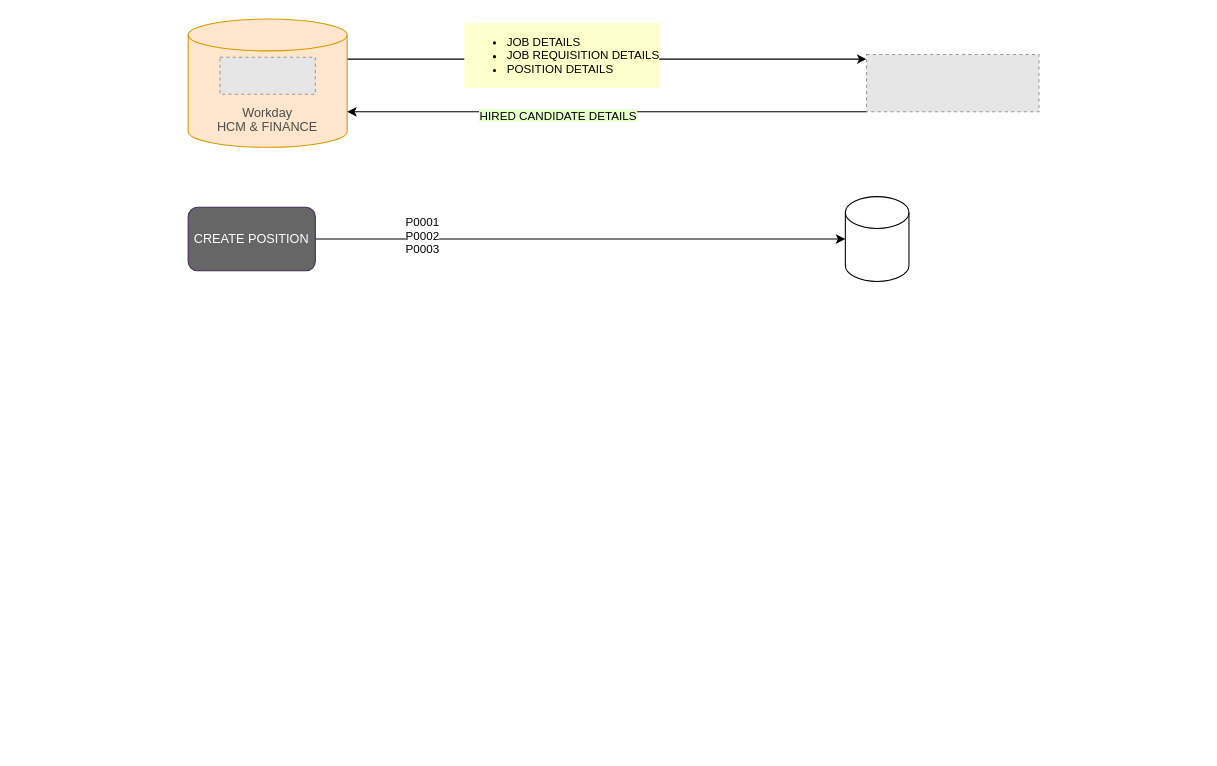
This is ASHBY Recruiting Integration.drawio from sandyaroma/sandyaroma, a draw.io file, before an edit. Source tidied: cells renumbered, new cells numbered last; positions are measured from the earlier drawing's top-left corner, leaving out a move shared by most shapes. Both pictures are drawn from the tidied source at 106%, with x=0, y=0 at pixel (18, 18). Pictures stored in the file or linked from it are replaced by grey dashed boxes.
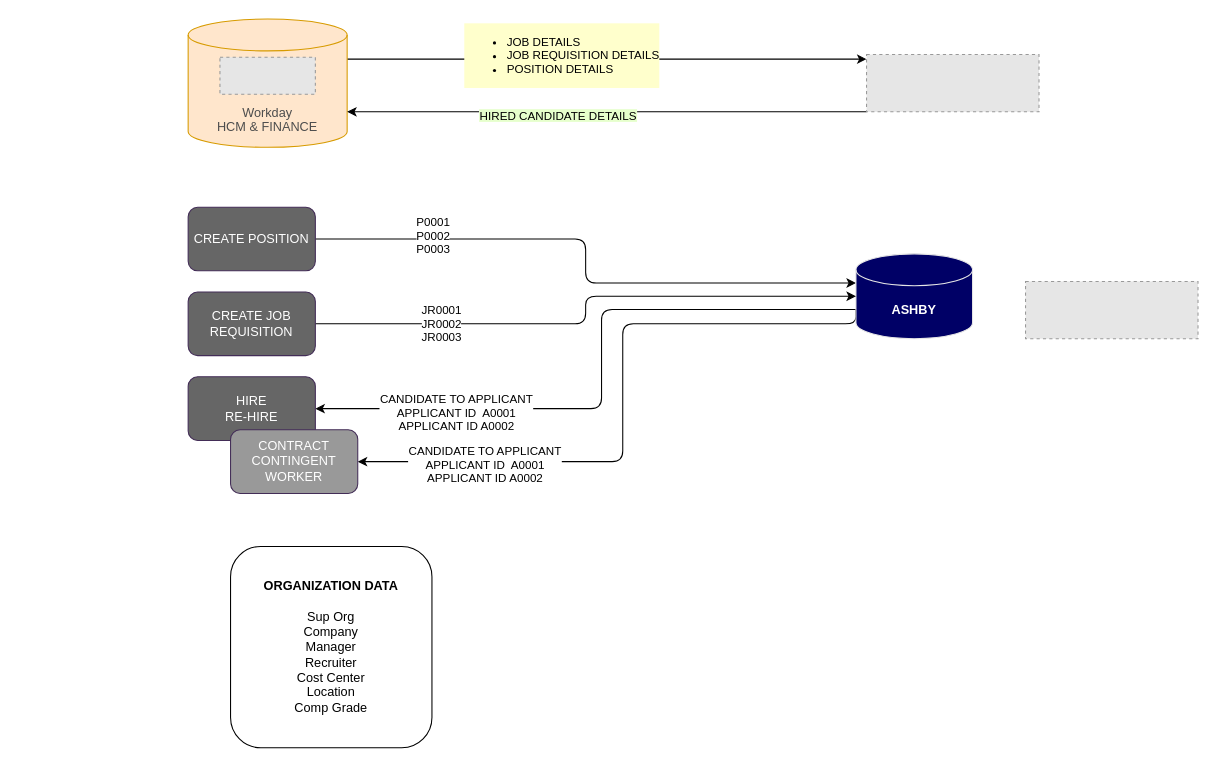
After the change.

The change refers to these unchanged cells:
```xml
<mxCell id="12" value="CREATE POSITION" style="rounded=1;whiteSpace=wrap;html=1;fillColor=#666666;fontColor=#ffffff;strokeColor=#432D57;" parent="1" vertex="1">
  <mxGeometry x="160" y="178" width="120" height="60" as="geometry" />
</mxCell>
```

Change to the diagram source:
```diff
@@
-    <mxCell id="10" style="edgeStyle=orthogonalEdgeStyle;rounded=0;jettySize=auto;html=1;" parent="1" edge="1" source="12">
-      <mxGeometry relative="1" as="geometry">
-        <mxPoint x="780" y="208" as="targetPoint" />
-      </mxGeometry>
+    <mxCell id="10" style="edgeStyle=orthogonalEdgeStyle;rounded=1;jettySize=auto;html=1;entryX=0;entryY=0;entryDx=0;entryDy=27.5;entryPerimeter=0;curved=0;" parent="1" edge="1" source="12" target="13">
+      <mxGeometry relative="1" as="geometry" />
     </mxCell>
@@
+    <mxCell id="14" style="edgeStyle=orthogonalEdgeStyle;rounded=1;jettySize=auto;html=1;exitX=0;exitY=0;exitDx=0;exitDy=52.5;exitPerimeter=0;entryX=1;entryY=0.5;entryDx=0;entryDy=0;curved=0;" parent="1" edge="1" source="13" target="22">
+      <mxGeometry relative="1" as="geometry">
+        <Array as="points">
+          <mxPoint x="550" y="275" />
+          <mxPoint x="550" y="368" />
+        </Array>
+      </mxGeometry>
+    </mxCell>
+    <mxCell id="15" value="CANDIDATE TO APPLICANT&lt;div&gt;APPLICANT ID&amp;nbsp; A0001&lt;/div&gt;&lt;div&gt;APPLICANT ID A0002&lt;/div&gt;" style="edgeLabel;html=1;align=center;verticalAlign=middle;" parent="14" vertex="1">
+      <mxGeometry x="0.56" y="3" relative="1" as="geometry" />
+    </mxCell>
+    <mxCell id="16" style="edgeStyle=orthogonalEdgeStyle;rounded=1;jettySize=auto;html=1;exitX=0;exitY=0;exitDx=0;exitDy=52.5;exitPerimeter=0;entryX=1;entryY=0.5;entryDx=0;entryDy=0;curved=0;" parent="1" edge="1" source="13" target="23">
+      <mxGeometry relative="1" as="geometry">
+        <Array as="points">
+          <mxPoint x="790" y="288" />
+          <mxPoint x="570" y="288" />
+          <mxPoint x="570" y="418" />
+        </Array>
+      </mxGeometry>
+    </mxCell>
+    <mxCell id="17" value="CANDIDATE TO APPLICANT&lt;div&gt;APPLICANT ID&amp;nbsp; A0001&lt;/div&gt;&lt;div&gt;APPLICANT ID A0002&lt;/div&gt;" style="edgeLabel;html=1;align=center;verticalAlign=middle;" parent="16" vertex="1">
+      <mxGeometry x="0.61" y="2" relative="1" as="geometry" />
+    </mxCell>
-    <mxCell id="13" style="shape=cylinder3;whiteSpace=wrap;html=1;boundedLbl=1;backgroundOutline=1;size=15;" parent="1" vertex="1">
-      <mxGeometry x="780" y="168" width="60" height="80" as="geometry" />
+    <mxCell id="13" value="&lt;font color=&quot;#ffffff&quot;&gt;&lt;b&gt;ASHBY&lt;/b&gt;&lt;/font&gt;" style="shape=cylinder3;whiteSpace=wrap;html=1;boundedLbl=1;backgroundOutline=1;size=15;fillColor=#000066;strokeColor=#E6E6E6;" parent="1" vertex="1">
+      <mxGeometry x="790" y="222" width="110" height="80" as="geometry" />
     </mxCell>
+    <mxCell id="18" style="edgeStyle=orthogonalEdgeStyle;rounded=1;jettySize=auto;html=1;entryX=0;entryY=0.5;entryDx=0;entryDy=0;entryPerimeter=0;curved=0;" parent="1" edge="1" source="20" target="13">
+      <mxGeometry relative="1" as="geometry" />
+    </mxCell>
+    <mxCell id="19" value="JR0001&lt;div&gt;JR0002&lt;/div&gt;&lt;div&gt;JR0003&lt;/div&gt;" style="edgeLabel;html=1;align=center;verticalAlign=middle;" parent="18" vertex="1">
+      <mxGeometry x="-0.56" y="1" relative="1" as="geometry" />
+    </mxCell>
+    <mxCell id="20" value="CREATE JOB REQUISITION" style="rounded=1;whiteSpace=wrap;html=1;fillColor=#666666;fontColor=#ffffff;strokeColor=#432D57;" parent="1" vertex="1">
+      <mxGeometry x="160" y="258" width="120" height="60" as="geometry" />
+    </mxCell>
+    <mxCell id="21" style="fillColor=#E6E6E6;strokeColor=#999999;dashed=1;verticalLabelPosition=bottom;labelBackgroundColor=default;verticalAlign=top;" parent="1" vertex="1">
+      <mxGeometry x="950" y="248" width="162.7" height="54" as="geometry" />
+    </mxCell>
+    <mxCell id="22" value="HIRE&lt;div&gt;RE-HIRE&lt;/div&gt;" style="rounded=1;whiteSpace=wrap;html=1;fillColor=#666666;fontColor=#ffffff;strokeColor=#432D57;" parent="1" vertex="1">
+      <mxGeometry x="160" y="338" width="120" height="60" as="geometry" />
+    </mxCell>
+    <mxCell id="23" value="CONTRACT CONTINGENT WORKER" style="rounded=1;whiteSpace=wrap;html=1;fillColor=#999999;fontColor=#ffffff;strokeColor=#432D57;" parent="1" vertex="1">
+      <mxGeometry x="200" y="388" width="120" height="60" as="geometry" />
+    </mxCell>
+    <mxCell id="24" value="&lt;b&gt;ORGANIZATION DATA&lt;/b&gt;&lt;div&gt;&lt;br&gt;&lt;/div&gt;&lt;div&gt;Sup Org&lt;/div&gt;&lt;div&gt;Company&lt;/div&gt;&lt;div&gt;Manager&lt;/div&gt;&lt;div&gt;Recruiter&lt;/div&gt;&lt;div&gt;Cost Center&lt;/div&gt;&lt;div&gt;Location&lt;/div&gt;&lt;div&gt;Comp Grade&lt;/div&gt;" style="rounded=1;whiteSpace=wrap;html=1;align=center;" parent="1" vertex="1">
+      <mxGeometry x="200" y="498" width="190" height="190" as="geometry" />
+    </mxCell>
```
